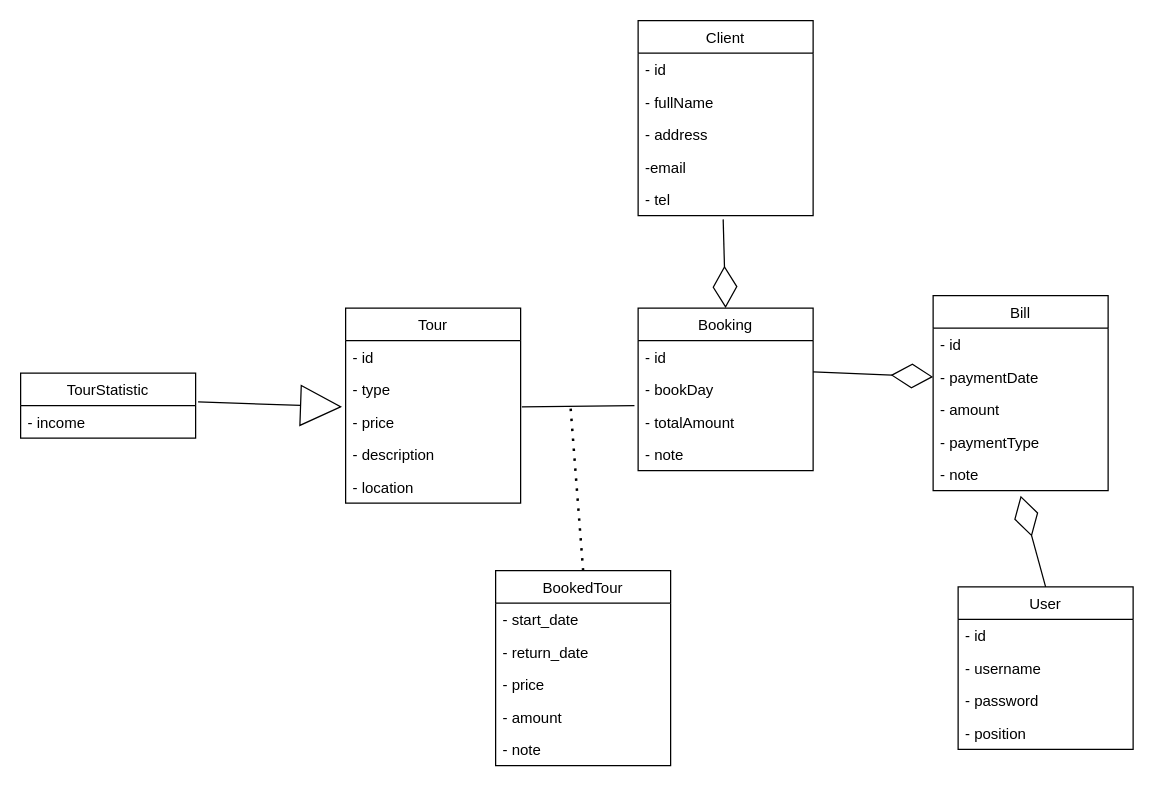
Above: Untitled Diagram.drawio in thanhlongtld/classical_software_engineering (draw.io), before the change. Source tidied: cells renumbered, new cells numbered last; positions are measured from the earlier drawing's top-left corner, leaving out a move shared by most shapes. Both pictures are drawn from the tidied source at 125%, with x=0, y=0 at pixel (20, 20).
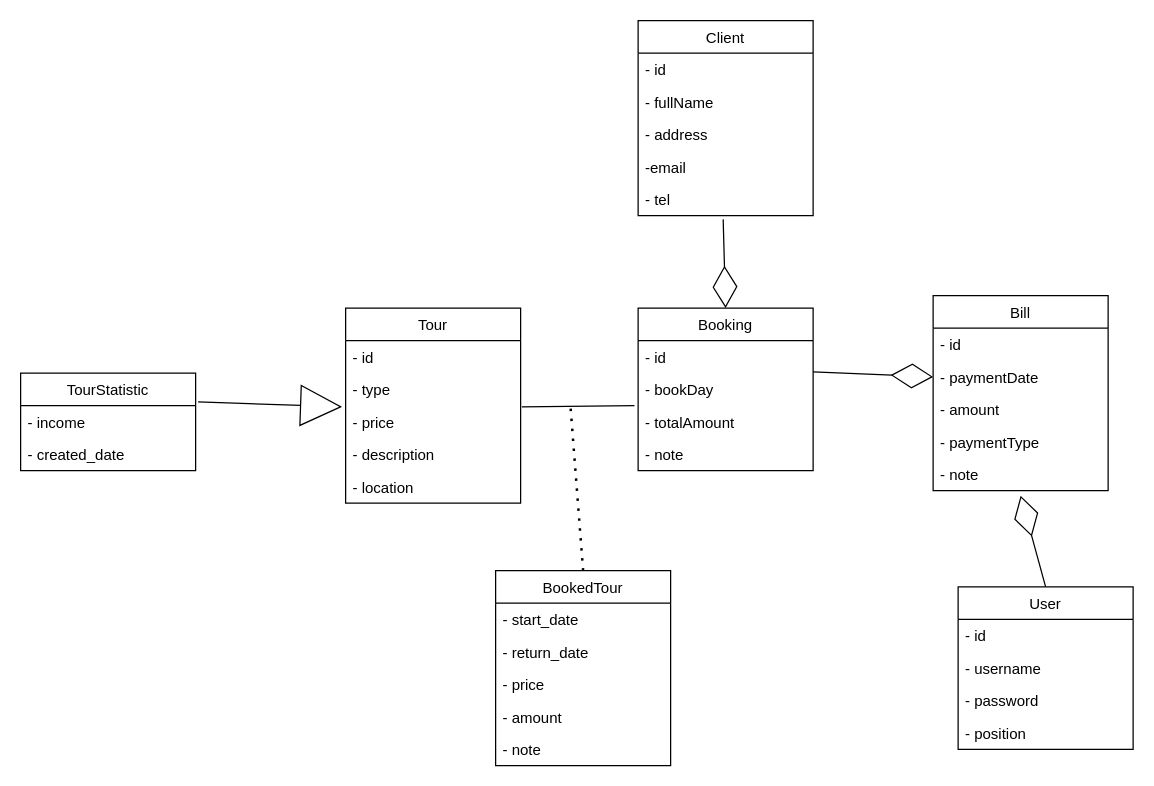
Above is the later version.

Change to the diagram source:
```diff
@@
     <mxCell id="25" value="TourStatistic" style="swimlane;fontStyle=0;horizontal=1;startSize=26;fillColor=none;" parent="1" vertex="1">
-      <mxGeometry y="282" width="140" height="52" as="geometry" />
+      <mxGeometry y="282" width="140" height="78" as="geometry" />
     </mxCell>
@@
+    <mxCell id="44" value="- created_date" style="text;strokeColor=none;fillColor=none;align=left;verticalAlign=top;spacingLeft=4;spacingRight=4;overflow=hidden;" parent="25" vertex="1">
+      <mxGeometry y="52" width="140" height="26" as="geometry" />
+    </mxCell>
```
